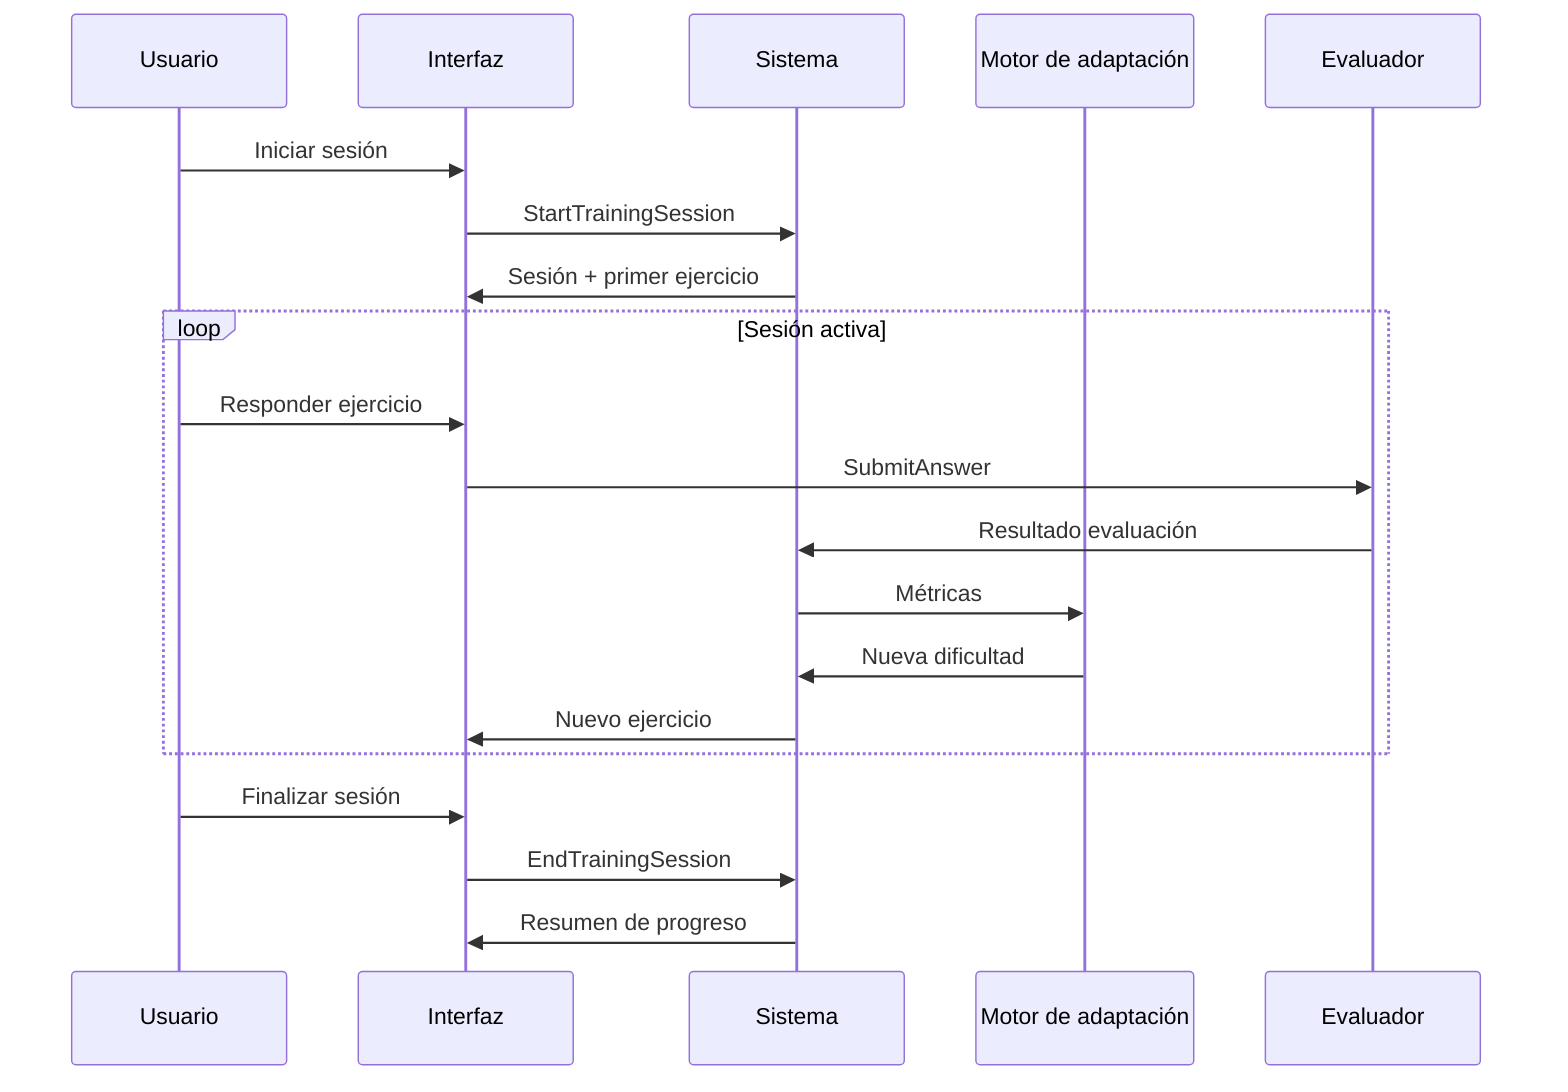
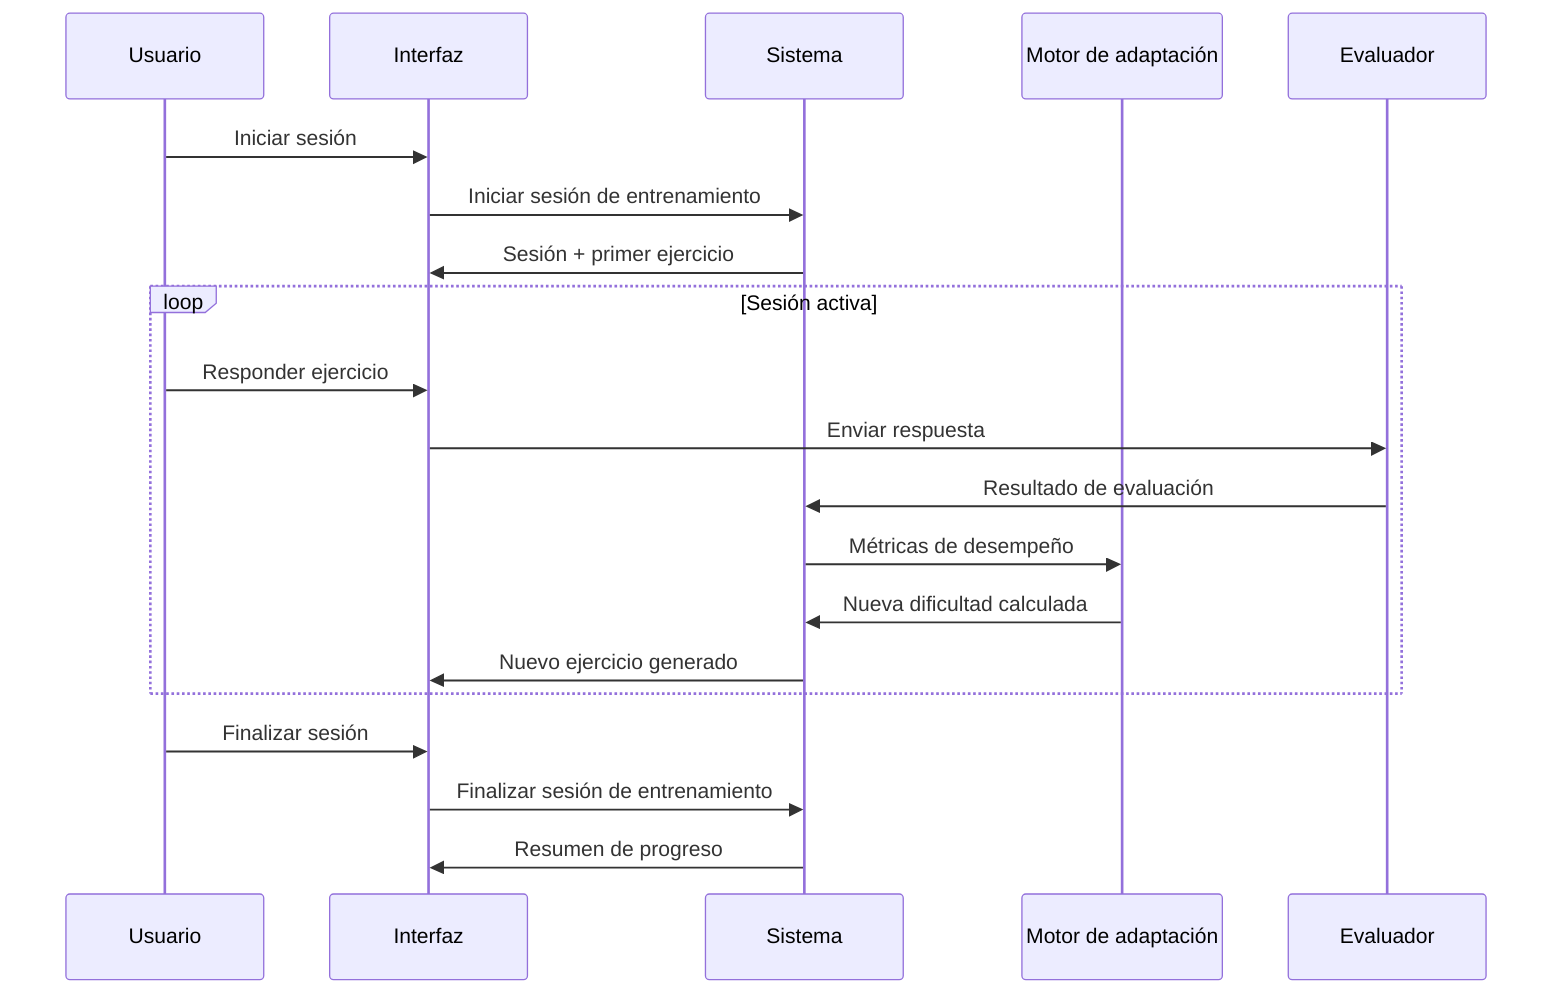
sequenceDiagram

participant U as Usuario
participant UI as Interfaz
participant S as Sistema
participant A as Motor de adaptación
participant E as Evaluador

U->>UI: Iniciar sesión
- UI->>S: StartTrainingSession
+ UI->>S: Iniciar sesión de entrenamiento
S->>UI: Sesión + primer ejercicio

loop Sesión activa
    U->>UI: Responder ejercicio
-     UI->>E: SubmitAnswer
-     E->>S: Resultado evaluación
-     S->>A: Métricas
-     A->>S: Nueva dificultad
-     S->>UI: Nuevo ejercicio
+     UI->>E: Enviar respuesta
+     E->>S: Resultado de evaluación
+     S->>A: Métricas de desempeño
+     A->>S: Nueva dificultad calculada
+     S->>UI: Nuevo ejercicio generado
end

U->>UI: Finalizar sesión
- UI->>S: EndTrainingSession
+ UI->>S: Finalizar sesión de entrenamiento
S->>UI: Resumen de progreso